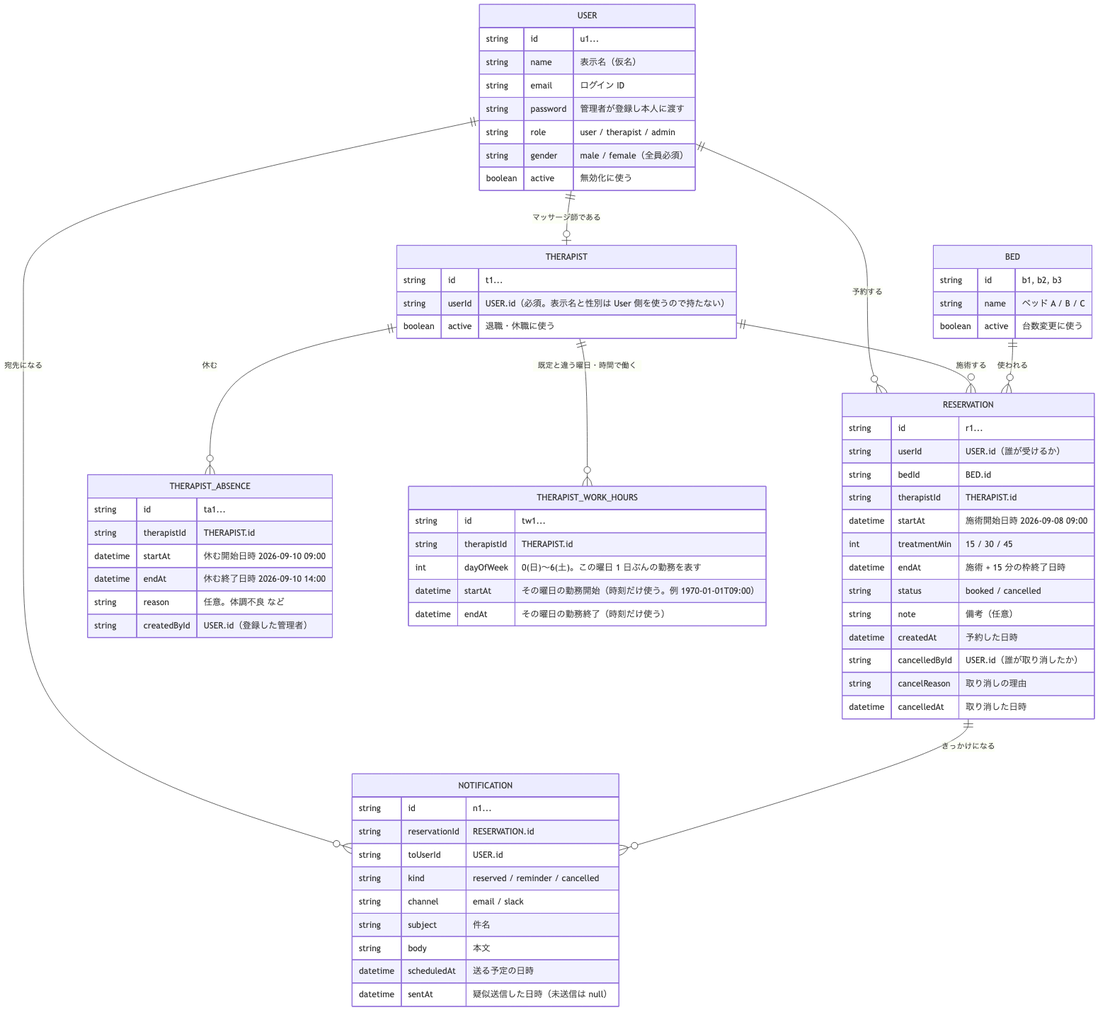
This is docs/intern/diagrams/er-v2.png from e225721B/RefreshHub, a Mermaid export, as it was before one commit. Its source is kept beside it as docs/intern/diagrams/er-v2.mmd.
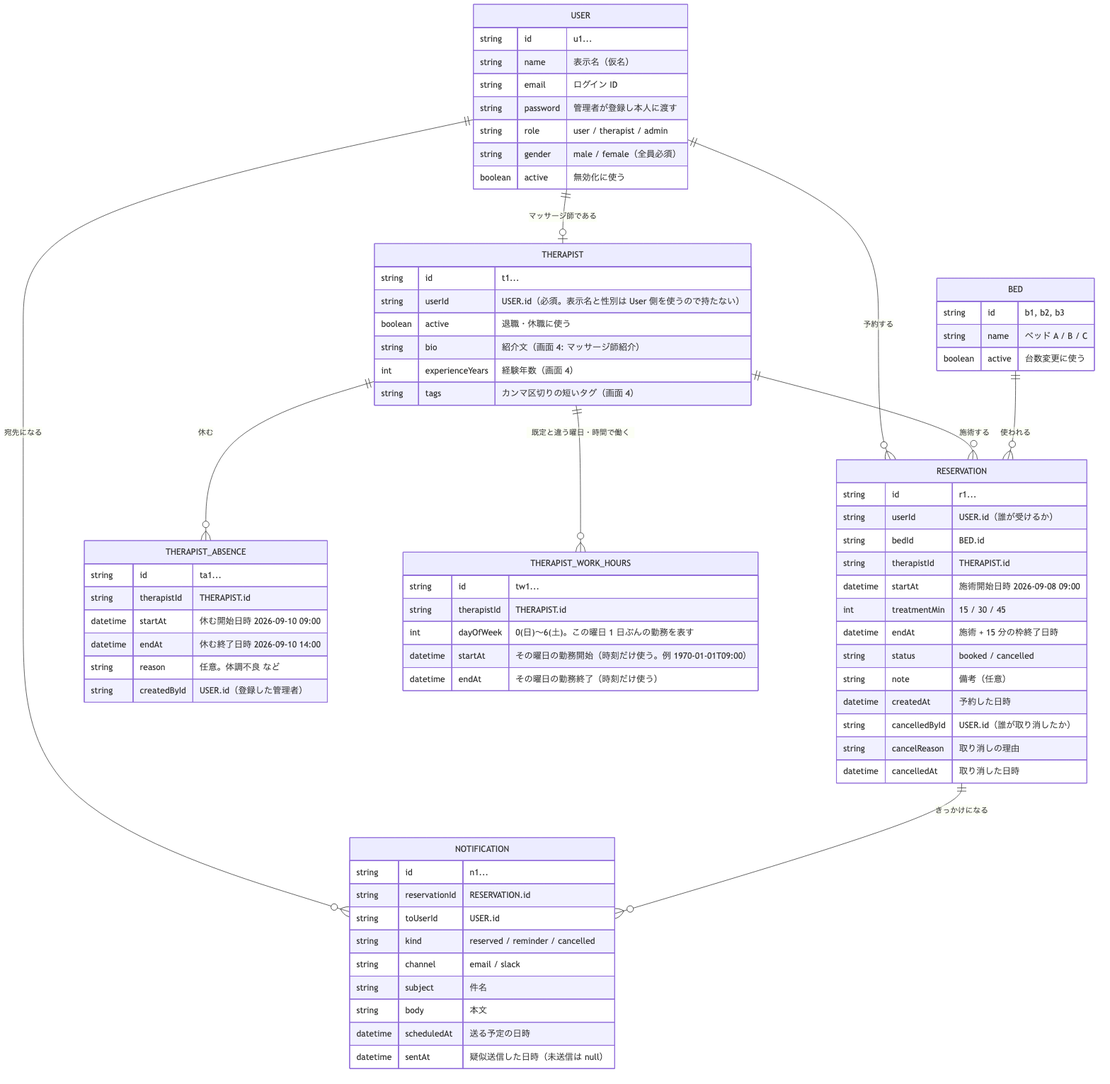
The same diagram one commit later.

What changed in the source:
```diff
@@ -21,6 +21,9 @@
     string id "t1..."
     string userId "USER.id（必須。表示名と性別は User 側を使うので持たない）"
     boolean active "退職・休職に使う"
+    string bio "紹介文（画面 4: マッサージ師紹介）"
+    int experienceYears "経験年数（画面 4）"
+    string tags "カンマ区切りの短いタグ（画面 4）"
   }
   BED {
     string id "b1, b2, b3"
```
